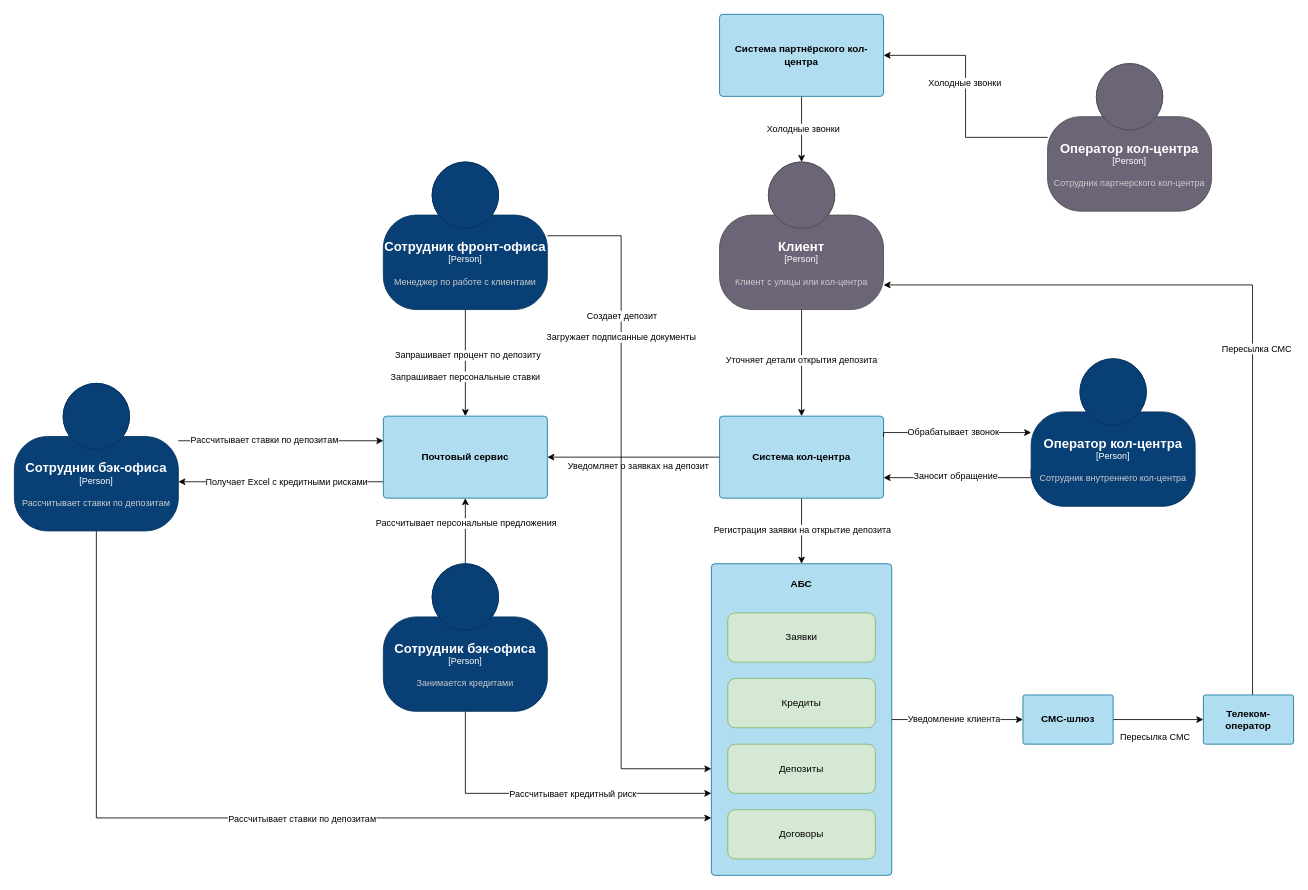
Before: Task1/system_integration.drawio in Adskoy/architecture-sprint-9, a draw.io diagram. Source tidied: cells renumbered, new cells numbered last; positions are measured from the earlier drawing's top-left corner, leaving out a move shared by most shapes. Both pictures are drawn from the tidied source at 82%, with x=0, y=0 at pixel (14, 14).
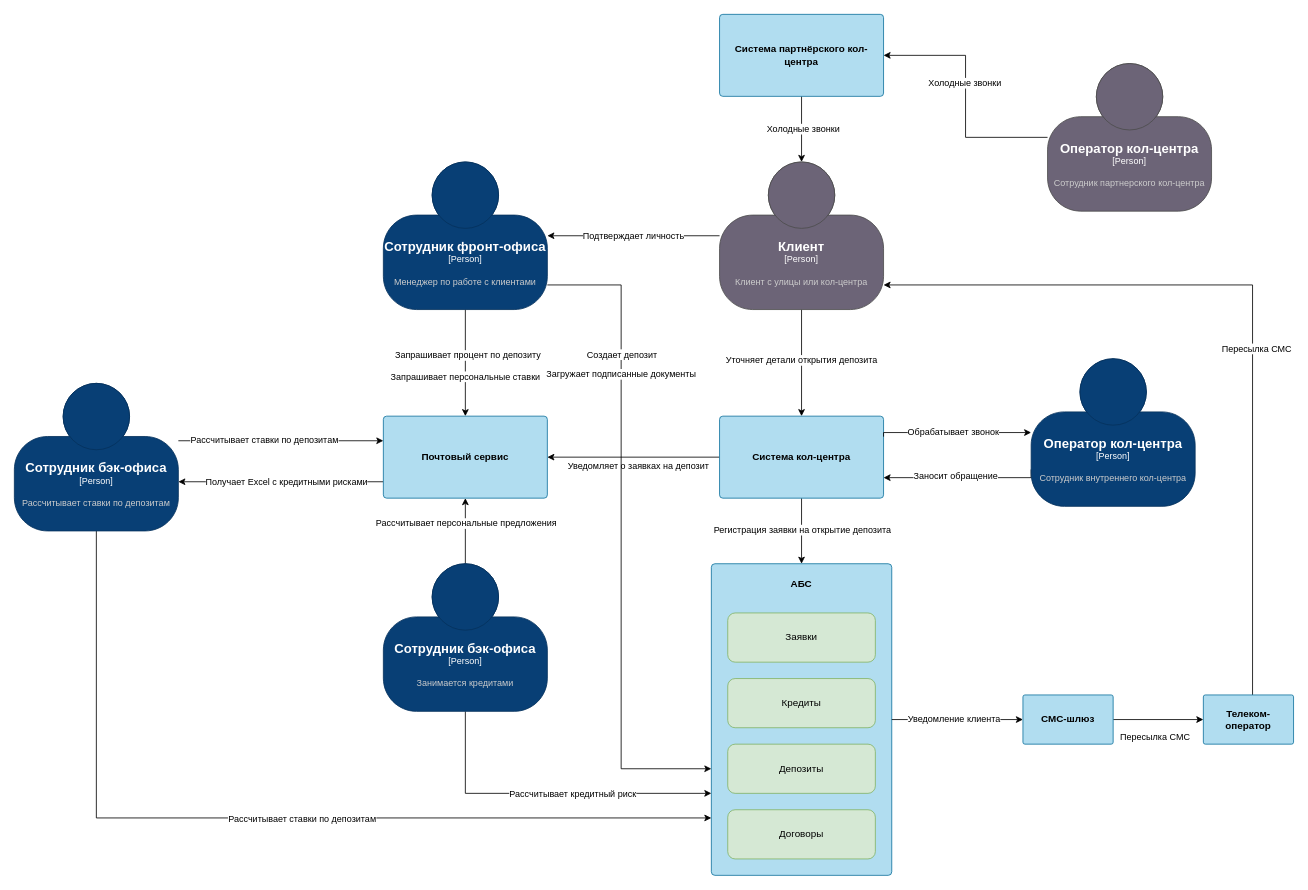
The same page after the edit.

Commit message:
добавил недостающий поток на диаграмму интеграции

Unchanged cells that the change refers to:
```xml
<object id="4" label="&lt;font style=&quot;font-size: 16px&quot;&gt;&lt;b&gt;%c4Name%&lt;/b&gt;&lt;/font&gt;&lt;div&gt;[%c4Type%]&lt;/div&gt;&lt;br&gt;&lt;div&gt;&lt;font style=&quot;font-size: 11px&quot;&gt;&lt;font color=&quot;#cccccc&quot;&gt;%c4Description%&lt;/font&gt;&lt;/div&gt;" c4Description="Клиент с улицы или кол-центра" c4Name="Клиент" c4Type="Person" placeholders="1">
  <mxCell style="html=1;fontSize=11;dashed=0;whiteSpace=wrap;fillColor=#6C6477;strokeColor=#4D4D4D;fontColor=#ffffff;shape=mxgraph.c4.person2;align=center;points=[[0.5,0,0],[1,0.5,0],[1,0.75,0],[0.75,1,0],[0.5,1,0],[0.25,1,0],[0,0.75,0],[0,0.5,0]];" parent="1" vertex="1">
    <mxGeometry x="860" y="180" width="200" height="180" as="geometry" />
  </mxCell>
</object>
<mxCell id="19" style="rounded=1;whiteSpace=wrap;html=1;fillColor=#b1ddf0;strokeColor=#10739e;fontStyle=1;arcSize=2;imageHeight=24;" parent="18" vertex="1">
  <mxGeometry width="220" height="380" as="geometry" />
</mxCell>
<object id="39" label="&lt;font style=&quot;font-size: 16px&quot;&gt;&lt;b&gt;%c4Name%&lt;/b&gt;&lt;/font&gt;&lt;div&gt;[%c4Type%]&lt;/div&gt;&lt;br&gt;&lt;div&gt;&lt;font style=&quot;font-size: 11px&quot;&gt;&lt;font color=&quot;#cccccc&quot;&gt;%c4Description%&lt;/font&gt;&lt;/div&gt;" c4Description="Менеджер по работе с клиентами" c4Name="Сотрудник фронт-офиса" c4Type="Person" placeholders="1">
  <mxCell style="html=1;fontSize=11;dashed=0;whiteSpace=wrap;fillColor=#083F75;strokeColor=#06315C;fontColor=#ffffff;shape=mxgraph.c4.person2;align=center;points=[[0.5,0,0],[1,0.5,0],[1,0.75,0],[0.75,1,0],[0.5,1,0],[0.25,1,0],[0,0.75,0],[0,0.5,0]];" parent="1" vertex="1">
    <mxGeometry x="450" y="180" width="200" height="180" as="geometry" />
  </mxCell>
</object>
```

Diff of the diagram source:
```diff
@@
+    <mxCell id="56" style="edgeStyle=orthogonalEdgeStyle;rounded=0;jettySize=auto;html=1;" parent="1" edge="1" source="4" target="39">
+      <mxGeometry relative="1" as="geometry" />
+    </mxCell>
+    <mxCell id="57" value="Подтверждает личность" style="edgeLabel;html=1;align=center;verticalAlign=middle;" parent="56" vertex="1">
+      <mxGeometry x="0.01" relative="1" as="geometry" />
+    </mxCell>
@@
     <mxCell id="36" style="edgeStyle=orthogonalEdgeStyle;rounded=0;jettySize=auto;html=1;" parent="1" edge="1" source="39" target="19">
       <mxGeometry relative="1" as="geometry">
         <Array as="points">
-          <mxPoint x="740" y="270" />
+          <mxPoint x="740" y="330" />
           <mxPoint x="740" y="920" />
         </Array>
       </mxGeometry>
     </mxCell>
```
